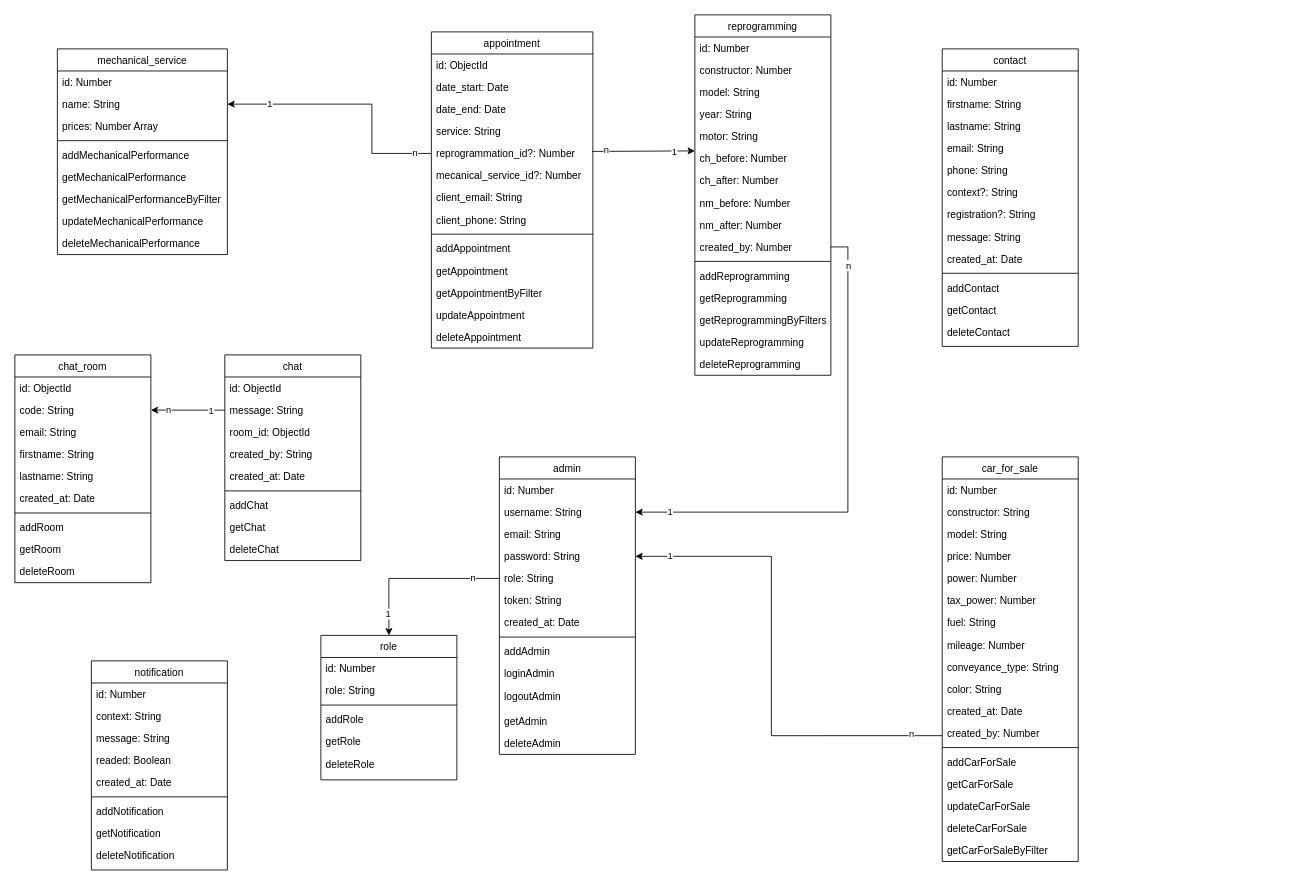
Above: documentation/hephaistos-MCD.drawio in nsevendev/hephaistos (draw.io), before the change. Source tidied: cells renumbered, new cells numbered last; positions are measured from the earlier drawing's top-left corner, leaving out a move shared by most shapes. Both pictures are drawn from the tidied source at 85%, with x=0, y=0 at pixel (14, 14).
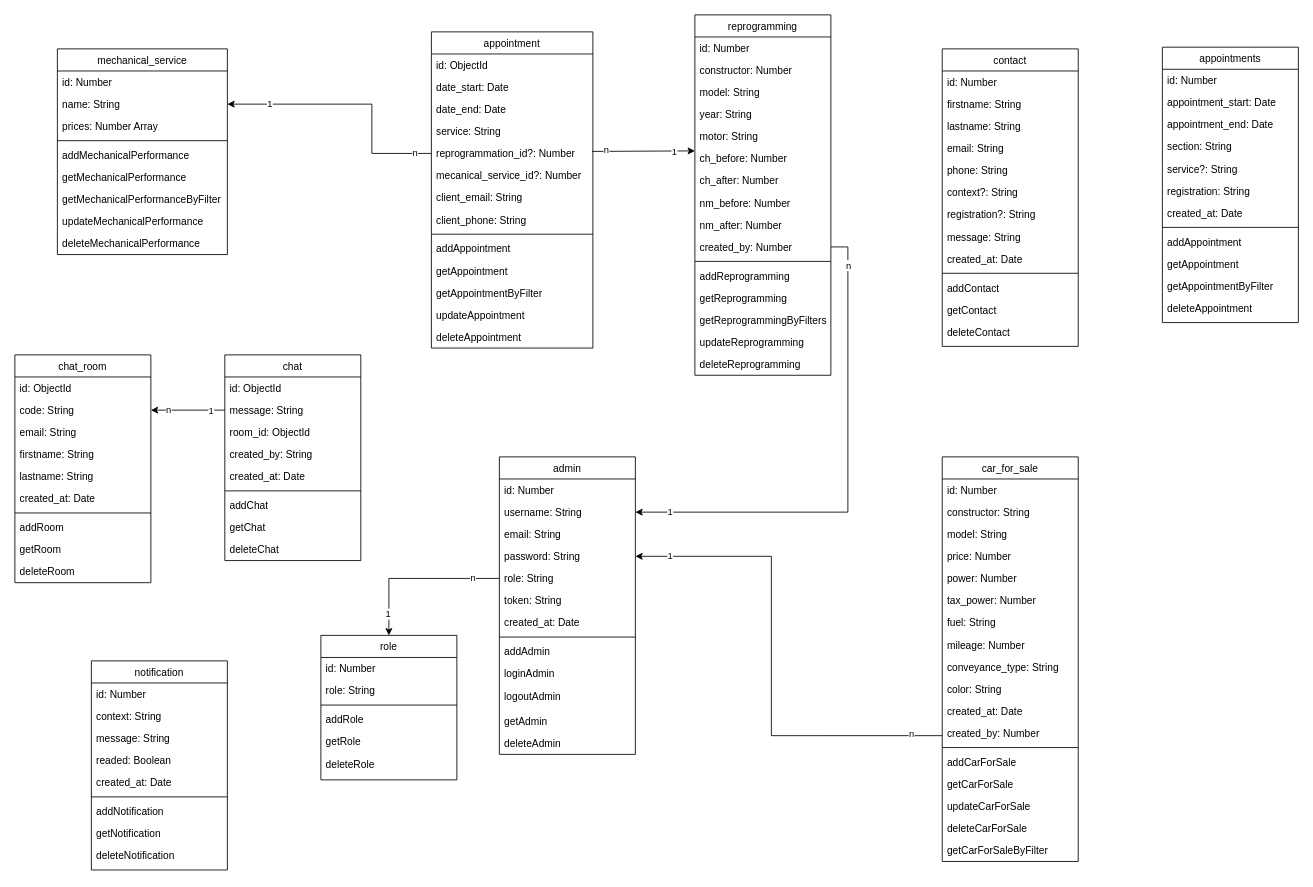
The same page after the edit.

Commit message:
création schema appointments

Diff of the diagram source:
```diff
@@
+    <mxCell id="147" value="appointments" style="swimlane;fontStyle=0;align=center;verticalAlign=top;horizontal=1;startSize=26;rounded=0;shadow=0;strokeWidth=1;" parent="1" vertex="1">
+      <mxGeometry x="1350" y="38" width="160" height="324" as="geometry" />
+    </mxCell>
+    <mxCell id="148" value="id: Number" style="text;align=left;verticalAlign=top;spacingLeft=4;spacingRight=4;overflow=hidden;rounded=0;shadow=0;html=0;" parent="147" vertex="1">
+      <mxGeometry y="26" width="160" height="26" as="geometry" />
+    </mxCell>
+    <mxCell id="149" value="appointment_start: Date" style="text;align=left;verticalAlign=top;spacingLeft=4;spacingRight=4;overflow=hidden;" parent="147" vertex="1">
+      <mxGeometry y="52" width="160" height="26" as="geometry" />
+    </mxCell>
+    <mxCell id="150" value="appointment_end: Date" style="text;align=left;verticalAlign=top;spacingLeft=4;spacingRight=4;overflow=hidden;" parent="147" vertex="1">
+      <mxGeometry y="78" width="160" height="26" as="geometry" />
+    </mxCell>
+    <mxCell id="151" value="section: String" style="text;align=left;verticalAlign=top;spacingLeft=4;spacingRight=4;overflow=hidden;" parent="147" vertex="1">
+      <mxGeometry y="104" width="160" height="26" as="geometry" />
+    </mxCell>
+    <mxCell id="152" value="service?: String" style="text;align=left;verticalAlign=top;spacingLeft=4;spacingRight=4;overflow=hidden;" parent="147" vertex="1">
+      <mxGeometry y="130" width="160" height="26" as="geometry" />
+    </mxCell>
+    <mxCell id="153" value="registration: String" style="text;align=left;verticalAlign=top;spacingLeft=4;spacingRight=4;overflow=hidden;" parent="147" vertex="1">
+      <mxGeometry y="156" width="160" height="26" as="geometry" />
+    </mxCell>
+    <mxCell id="154" value="created_at: Date" style="text;align=left;verticalAlign=top;spacingLeft=4;spacingRight=4;overflow=hidden;" parent="147" vertex="1">
+      <mxGeometry y="182" width="160" height="26" as="geometry" />
+    </mxCell>
+    <mxCell id="155" style="line;html=1;strokeWidth=1;align=left;verticalAlign=middle;spacingTop=-1;spacingLeft=3;spacingRight=3;labelPosition=right;" parent="147" vertex="1">
+      <mxGeometry y="208" width="160" height="8" as="geometry" />
+    </mxCell>
+    <mxCell id="156" value="addAppointment" style="text;align=left;verticalAlign=top;spacingLeft=4;spacingRight=4;overflow=hidden;" parent="147" vertex="1">
+      <mxGeometry y="216" width="160" height="26" as="geometry" />
+    </mxCell>
+    <mxCell id="157" value="getAppointment" style="text;align=left;verticalAlign=top;spacingLeft=4;spacingRight=4;overflow=hidden;" parent="147" vertex="1">
+      <mxGeometry y="242" width="160" height="26" as="geometry" />
+    </mxCell>
+    <mxCell id="158" value="getAppointmentByFilter" style="text;align=left;verticalAlign=top;spacingLeft=4;spacingRight=4;overflow=hidden;" parent="147" vertex="1">
+      <mxGeometry y="268" width="160" height="26" as="geometry" />
+    </mxCell>
+    <mxCell id="159" value="deleteAppointment" style="text;align=left;verticalAlign=top;spacingLeft=4;spacingRight=4;overflow=hidden;" parent="147" vertex="1">
+      <mxGeometry y="294" width="160" height="30" as="geometry" />
+    </mxCell>
```
